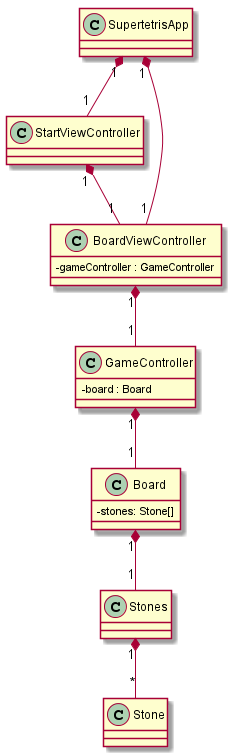
ponchofiesta/supertetris keeps this PlantUML diagram as doc/Klassendiagramm.png. Above is the earlier version. Its source is kept beside it as doc/Klassendiagramm.puml.
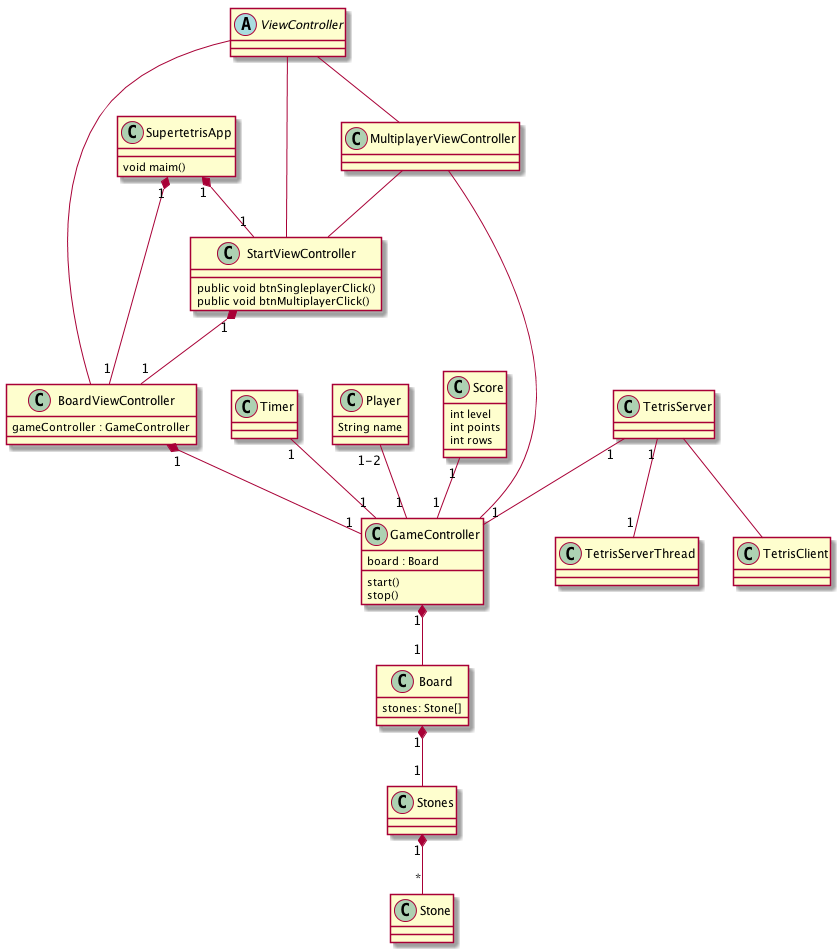
The same diagram one commit later.

The edit, as a diff of the source:
```diff
@@ -9,26 +9,46 @@
 GameController "1" *-- "1" Board
 Board "1" *-- "1" Stones
 Stones "1" *-- "*" Stone
-
+Timer "1" -- "1" GameController
+Player "1-2" -- "1" GameController
+Score "1" -- "1" GameController
+MultiplayerViewController -- GameController
+MultiplayerViewController -- StartViewController
+ViewController -- MultiplayerViewController
+ViewController -- StartViewController
+ViewController -- BoardViewController
+TetrisServer -- TetrisClient
+TetrisServer "1" -- "1" TetrisServerThread
+TetrisServer "1" -- "1" GameController
 
 class SupertetrisApp {
+    void maim()
+}
+
+abstract class ViewController {
+}
+
+class StartViewController {
+    public void btnSingleplayerClick()
+    public void btnMultiplayerClick()
+}
+
+class BoardViewController {
+    gameController : GameController
+}
+
+class MultiplayerViewController {
 
 }
 
-class StartViewController {
-
-}
-
-class BoardViewController {
-    -gameController : GameController
-}
-
 class GameController {
-    -board : Board
+    board : Board
+    start()
+    stop()
 }
 
 class Board {
-    -stones: Stone[]
+    stones: Stone[]
 }
 
 class Stones {
@@ -39,4 +59,28 @@
 
 }
 
+class Player {
+    String name
+}
+
+class Timer {
+}
+
+class Score {
+    int level
+    int points
+    int rows
+}
+
+class TetrisClient {
+
+}
+
+class TetrisServer {
+}
+
+class TetrisServerThread {
+}
+
+
 @enduml
```
